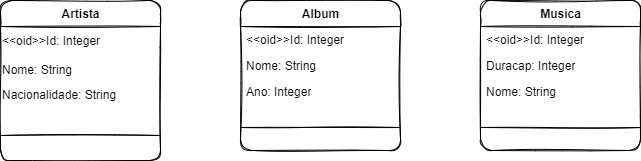
This is Exercicio01.drawio.png from GoisEduardo/CursoModelagemUdemy, a draw.io export, as it was before one commit. Source tidied: cells renumbered, new cells last; positions are measured from the earlier drawing's top-left corner, leaving out a move shared by most shapes.
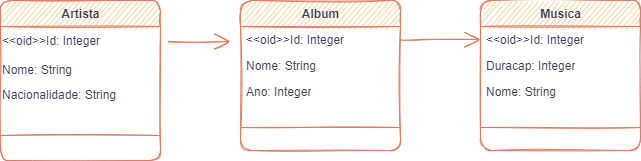
The same diagram one commit later.

The edit, as a diff of the source:
```diff
@@ -1,53 +1,61 @@
-<mxGraphModel>
+<mxGraphModel background="#F4F1DE">
   <root>
     <mxCell id="0" />
     <mxCell id="1" parent="0" />
-    <mxCell id="2" value="&lt;font&gt;Artista&lt;/font&gt;" style="swimlane;fontStyle=1;align=center;verticalAlign=top;horizontal=1;startSize=26;fontFamily=Helvetica;fontSize=12;html=1;rounded=1;sketch=1;" parent="1" vertex="1">
+    <mxCell id="2" value="&lt;font&gt;Artista&lt;/font&gt;" style="swimlane;fontStyle=1;align=center;verticalAlign=top;horizontal=1;startSize=26;fontFamily=Helvetica;fontSize=12;html=1;rounded=1;sketch=1;fillColor=#F2CC8F;strokeColor=#E07A5F;fontColor=#393C56;" parent="1" vertex="1">
       <mxGeometry width="160" height="160" as="geometry" />
     </mxCell>
     <object id="3" label="&amp;lt;&amp;lt;oid&amp;gt;&amp;gt;Id: Integer" placeholders="1">
-      <mxCell style="text;html=1;align=left;verticalAlign=middle;points=[];fontSize=12;fontFamily=Helvetica;rounded=1;sketch=1;" parent="2" vertex="1">
+      <mxCell style="text;html=1;align=left;verticalAlign=middle;points=[];fontSize=12;fontFamily=Helvetica;rounded=1;sketch=1;fontColor=#393C56;" parent="2" vertex="1">
         <mxGeometry y="26" width="160" height="30" as="geometry" />
       </mxCell>
     </object>
-    <mxCell id="4" value="Nome: String" style="text;strokeColor=none;fillColor=none;align=left;verticalAlign=top;spacingLeft=0;spacingRight=0;overflow=hidden;fontFamily=Helvetica;fontSize=12;html=1;rounded=1;sketch=1;" parent="2" vertex="1">
+    <mxCell id="4" value="Nome: String" style="text;strokeColor=none;fillColor=none;align=left;verticalAlign=top;spacingLeft=0;spacingRight=0;overflow=hidden;fontFamily=Helvetica;fontSize=12;html=1;rounded=1;sketch=1;fontColor=#393C56;" parent="2" vertex="1">
       <mxGeometry y="56" width="160" height="24" as="geometry" />
     </mxCell>
-    <mxCell id="5" value="Nacionalidade: String" style="text;html=1;align=left;verticalAlign=middle;strokeColor=none;fillColor=none;fontSize=12;fontFamily=Helvetica;rounded=1;sketch=1;" parent="2" vertex="1">
+    <mxCell id="5" value="Nacionalidade: String" style="text;html=1;align=left;verticalAlign=middle;strokeColor=none;fillColor=none;fontSize=12;fontFamily=Helvetica;rounded=1;sketch=1;fontColor=#393C56;" parent="2" vertex="1">
       <mxGeometry y="80" width="160" height="30" as="geometry" />
     </mxCell>
-    <mxCell id="6" style="line;strokeWidth=1;fillColor=none;align=left;verticalAlign=middle;spacingTop=-1;spacingLeft=3;spacingRight=3;labelPosition=right;fontFamily=Helvetica;fontSize=12;html=1;rounded=1;sketch=1;" parent="2" vertex="1">
+    <mxCell id="6" style="line;strokeWidth=1;fillColor=none;align=left;verticalAlign=middle;spacingTop=-1;spacingLeft=3;spacingRight=3;labelPosition=right;fontFamily=Helvetica;fontSize=12;html=1;rounded=1;sketch=1;labelBackgroundColor=#F4F1DE;strokeColor=#E07A5F;fontColor=#393C56;" parent="2" vertex="1">
       <mxGeometry y="110" width="160" height="50" as="geometry" />
     </mxCell>
-    <mxCell id="7" value="Album" style="swimlane;fontStyle=1;align=center;verticalAlign=top;horizontal=1;startSize=26;fontFamily=Helvetica;fontSize=12;html=1;rounded=1;sketch=1;" parent="1" vertex="1">
+    <mxCell id="7" value="Album" style="swimlane;fontStyle=1;align=center;verticalAlign=top;horizontal=1;startSize=26;fontFamily=Helvetica;fontSize=12;html=1;rounded=1;sketch=1;fillColor=#F2CC8F;strokeColor=#E07A5F;fontColor=#393C56;" parent="1" vertex="1">
       <mxGeometry x="240" width="160" height="150" as="geometry" />
     </mxCell>
-    <mxCell id="8" value="&amp;lt;&amp;lt;oid&amp;gt;&amp;gt;Id: Integer" style="text;strokeColor=none;fillColor=none;align=left;verticalAlign=top;spacingLeft=4;spacingRight=4;overflow=hidden;points=[[0,0.5],[1,0.5]];portConstraint=eastwest;fontFamily=Helvetica;fontSize=12;html=1;rounded=1;sketch=1;" parent="7" vertex="1">
+    <mxCell id="8" value="&amp;lt;&amp;lt;oid&amp;gt;&amp;gt;Id: Integer" style="text;strokeColor=none;fillColor=none;align=left;verticalAlign=top;spacingLeft=4;spacingRight=4;overflow=hidden;points=[[0,0.5],[1,0.5]];portConstraint=eastwest;fontFamily=Helvetica;fontSize=12;html=1;rounded=1;sketch=1;fontColor=#393C56;" parent="7" vertex="1">
       <mxGeometry y="26" width="160" height="26" as="geometry" />
     </mxCell>
-    <mxCell id="9" value="Nome: String" style="text;strokeColor=none;fillColor=none;align=left;verticalAlign=top;spacingLeft=4;spacingRight=4;overflow=hidden;fontFamily=Helvetica;fontSize=12;html=1;rounded=1;sketch=1;" parent="7" vertex="1">
+    <mxCell id="9" value="Nome: String" style="text;strokeColor=none;fillColor=none;align=left;verticalAlign=top;spacingLeft=4;spacingRight=4;overflow=hidden;fontFamily=Helvetica;fontSize=12;html=1;rounded=1;sketch=1;fontColor=#393C56;" parent="7" vertex="1">
       <mxGeometry y="52" width="160" height="26" as="geometry" />
     </mxCell>
-    <mxCell id="10" value="Ano: Integer" style="text;strokeColor=none;fillColor=none;align=left;verticalAlign=top;spacingLeft=4;spacingRight=4;overflow=hidden;fontFamily=Helvetica;fontSize=12;html=1;rounded=1;sketch=1;" parent="7" vertex="1">
+    <mxCell id="10" value="Ano: Integer" style="text;strokeColor=none;fillColor=none;align=left;verticalAlign=top;spacingLeft=4;spacingRight=4;overflow=hidden;fontFamily=Helvetica;fontSize=12;html=1;rounded=1;sketch=1;fontColor=#393C56;" parent="7" vertex="1">
       <mxGeometry y="78" width="160" height="26" as="geometry" />
     </mxCell>
-    <mxCell id="11" style="line;strokeWidth=1;fillColor=none;align=left;verticalAlign=middle;spacingTop=-1;spacingLeft=3;spacingRight=3;labelPosition=right;fontFamily=Helvetica;fontSize=12;html=1;rounded=1;sketch=1;" parent="7" vertex="1">
+    <mxCell id="11" style="line;strokeWidth=1;fillColor=none;align=left;verticalAlign=middle;spacingTop=-1;spacingLeft=3;spacingRight=3;labelPosition=right;fontFamily=Helvetica;fontSize=12;html=1;rounded=1;sketch=1;labelBackgroundColor=#F4F1DE;strokeColor=#E07A5F;fontColor=#393C56;" parent="7" vertex="1">
       <mxGeometry y="104" width="160" height="46" as="geometry" />
     </mxCell>
-    <mxCell id="12" value="Musica" style="swimlane;fontStyle=1;align=center;verticalAlign=top;horizontal=1;startSize=26;fontFamily=Helvetica;fontSize=12;html=1;rounded=1;sketch=1;" parent="1" vertex="1">
+    <mxCell id="12" value="Musica" style="swimlane;fontStyle=1;align=center;verticalAlign=top;horizontal=1;startSize=26;fontFamily=Helvetica;fontSize=12;html=1;rounded=1;sketch=1;fillColor=#F2CC8F;strokeColor=#E07A5F;fontColor=#393C56;" parent="1" vertex="1">
       <mxGeometry x="480" width="160" height="150" as="geometry" />
     </mxCell>
-    <mxCell id="13" value="&lt;span style=&quot;&quot;&gt;&amp;lt;&amp;lt;oid&amp;gt;&amp;gt;Id: Integer&lt;/span&gt;" style="text;strokeColor=none;fillColor=none;align=left;verticalAlign=top;spacingLeft=4;spacingRight=4;overflow=hidden;points=[[0,0.5],[1,0.5]];portConstraint=eastwest;rounded=1;fontFamily=Helvetica;fontSize=12;html=1;sketch=1;" parent="12" vertex="1">
+    <mxCell id="13" value="&lt;span style=&quot;&quot;&gt;&amp;lt;&amp;lt;oid&amp;gt;&amp;gt;Id: Integer&lt;/span&gt;" style="text;strokeColor=none;fillColor=none;align=left;verticalAlign=top;spacingLeft=4;spacingRight=4;overflow=hidden;points=[[0,0.5],[1,0.5]];portConstraint=eastwest;rounded=1;fontFamily=Helvetica;fontSize=12;html=1;sketch=1;fontColor=#393C56;" parent="12" vertex="1">
       <mxGeometry y="26" width="160" height="26" as="geometry" />
     </mxCell>
-    <mxCell id="14" value="Duracap: Integer" style="text;strokeColor=none;fillColor=none;align=left;verticalAlign=top;spacingLeft=4;spacingRight=4;overflow=hidden;fontFamily=Helvetica;fontSize=12;html=1;rounded=1;sketch=1;" parent="12" vertex="1">
+    <mxCell id="14" value="Duracap: Integer" style="text;strokeColor=none;fillColor=none;align=left;verticalAlign=top;spacingLeft=4;spacingRight=4;overflow=hidden;fontFamily=Helvetica;fontSize=12;html=1;rounded=1;sketch=1;fontColor=#393C56;" parent="12" vertex="1">
       <mxGeometry y="52" width="160" height="26" as="geometry" />
     </mxCell>
-    <mxCell id="15" value="Nome: String" style="text;strokeColor=none;fillColor=none;align=left;verticalAlign=top;spacingLeft=4;spacingRight=4;overflow=hidden;fontFamily=Helvetica;fontSize=12;html=1;rounded=1;sketch=1;" parent="12" vertex="1">
+    <mxCell id="15" value="Nome: String" style="text;strokeColor=none;fillColor=none;align=left;verticalAlign=top;spacingLeft=4;spacingRight=4;overflow=hidden;fontFamily=Helvetica;fontSize=12;html=1;rounded=1;sketch=1;fontColor=#393C56;" parent="12" vertex="1">
       <mxGeometry y="78" width="160" height="26" as="geometry" />
     </mxCell>
-    <mxCell id="16" style="line;strokeWidth=1;fillColor=none;align=left;verticalAlign=middle;spacingTop=-1;spacingLeft=3;spacingRight=3;labelPosition=right;fontFamily=Helvetica;fontSize=12;html=1;rounded=1;sketch=1;" parent="12" vertex="1">
+    <mxCell id="16" style="line;strokeWidth=1;fillColor=none;align=left;verticalAlign=middle;spacingTop=-1;spacingLeft=3;spacingRight=3;labelPosition=right;fontFamily=Helvetica;fontSize=12;html=1;rounded=1;sketch=1;labelBackgroundColor=#F4F1DE;strokeColor=#E07A5F;fontColor=#393C56;" parent="12" vertex="1">
       <mxGeometry y="104" width="160" height="46" as="geometry" />
     </mxCell>
+    <mxCell id="17" style="edgeStyle=orthogonalEdgeStyle;curved=1;rounded=0;sketch=1;hachureGap=4;jettySize=auto;html=1;strokeColor=#E07A5F;fontFamily=Architects Daughter;fontSource=https%3A%2F%2Ffonts.googleapis.com%2Fcss%3Ffamily%3DArchitects%2BDaughter;fontSize=16;fontColor=#393C56;endArrow=open;startSize=14;endSize=14;sourcePerimeterSpacing=8;targetPerimeterSpacing=8;fillColor=#F2CC8F;" parent="1" edge="1" source="3">
+      <mxGeometry relative="1" as="geometry">
+        <mxPoint x="230" y="41" as="targetPoint" />
+      </mxGeometry>
+    </mxCell>
+    <mxCell id="18" style="edgeStyle=orthogonalEdgeStyle;curved=1;rounded=0;sketch=1;hachureGap=4;jettySize=auto;html=1;exitX=1;exitY=0.5;exitDx=0;exitDy=0;entryX=0;entryY=0.5;entryDx=0;entryDy=0;strokeColor=#E07A5F;fontFamily=Architects Daughter;fontSource=https%3A%2F%2Ffonts.googleapis.com%2Fcss%3Ffamily%3DArchitects%2BDaughter;fontSize=16;fontColor=#393C56;endArrow=open;startSize=14;endSize=14;sourcePerimeterSpacing=8;targetPerimeterSpacing=8;fillColor=#F2CC8F;" parent="1" edge="1" source="8" target="13">
+      <mxGeometry relative="1" as="geometry" />
+    </mxCell>
   </root>
 </mxGraphModel>
```
